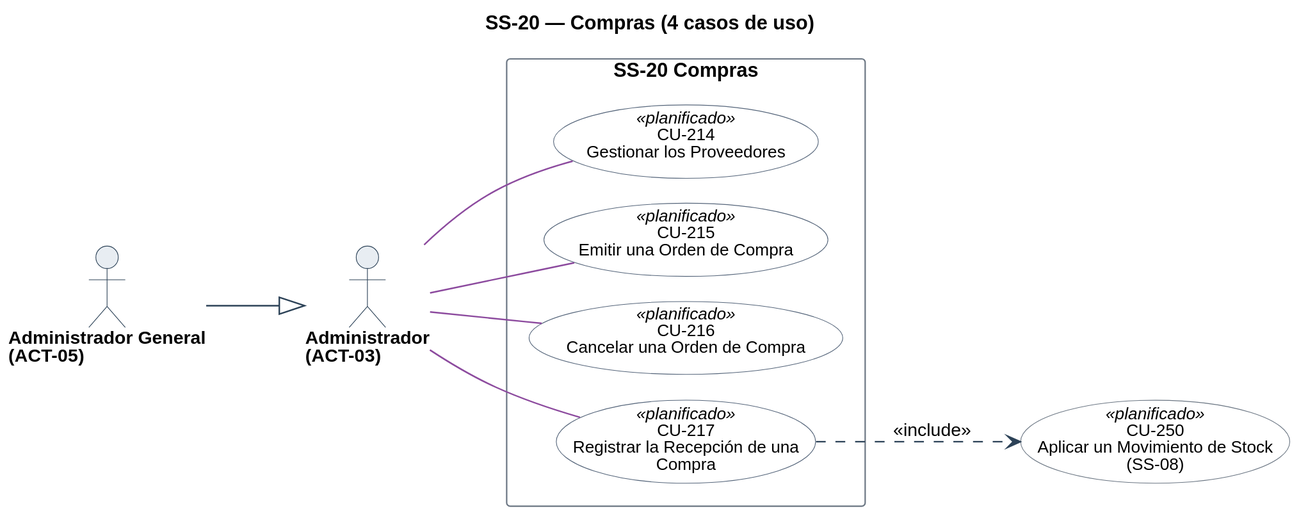
The PlantUML diagram diagramas/uml/CU_SS-20_Compras.svg in Nahuelito-Dev/splg-docs, before a commit.
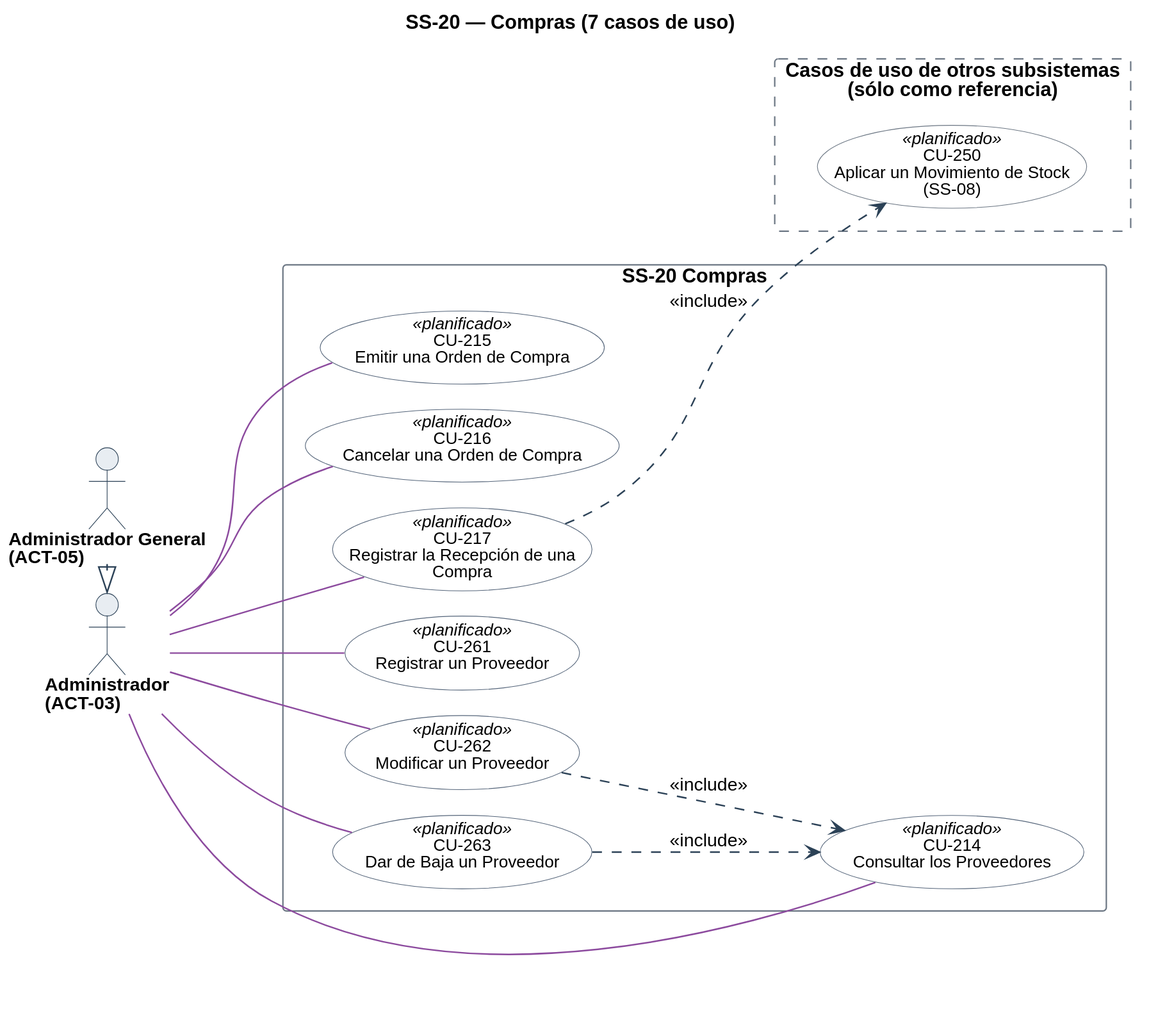
The same file after the commit.

Change to the diagram source:
```diff
@@ -1,5 +1,5 @@
 @startuml
-title SS-20 — Compras (4 casos de uso)
+title SS-20 — Compras (7 casos de uso)
 left to right direction
 skinparam backgroundColor #FFFFFF
 skinparam shadowing false
@@ -38,19 +38,29 @@
 actor "Administrador General\n(ACT-05)" as A05
 
 rectangle "SS-20 Compras" {
-  usecase "CU-214\nGestionar los Proveedores" as U214 <<planificado>> #back:FFFFFF;line:55657A
+  usecase "CU-214\nConsultar los Proveedores" as U214 <<planificado>> #back:FFFFFF;line:55657A
   usecase "CU-215\nEmitir una Orden de Compra" as U215 <<planificado>> #back:FFFFFF;line:55657A
   usecase "CU-216\nCancelar una Orden de Compra" as U216 <<planificado>> #back:FFFFFF;line:55657A
   usecase "CU-217\nRegistrar la Recepción de una\nCompra" as U217 <<planificado>> #back:FFFFFF;line:55657A
+  usecase "CU-261\nRegistrar un Proveedor" as U261 <<planificado>> #back:FFFFFF;line:55657A
+  usecase "CU-262\nModificar un Proveedor" as U262 <<planificado>> #back:FFFFFF;line:55657A
+  usecase "CU-263\nDar de Baja un Proveedor" as U263 <<planificado>> #back:FFFFFF;line:55657A
 }
 
-usecase "CU-250\nAplicar un Movimiento de Stock\n(SS-08)" as U250 <<planificado>> #back:FFFFFF;line:6B7683
+rectangle "Casos de uso de otros subsistemas\n(sólo como referencia)" as OTROS #back:FFFFFF;line:6B7683;line.dashed {
+  usecase "CU-250\nAplicar un Movimiento de Stock\n(SS-08)" as U250 <<planificado>> #back:FFFFFF;line:6B7683
+}
 
 A03 -[#8C4A9E]- U214
 A03 -[#8C4A9E]- U215
 A03 -[#8C4A9E]- U216
 A03 -[#8C4A9E]- U217
-A05 --|> A03
+A03 -[#8C4A9E]- U261
+A03 -[#8C4A9E]- U262
+A03 -[#8C4A9E]- U263
+A05 -right-|> A03
 
+U262 ..> U214 : <<include>>
+U263 ..> U214 : <<include>>
 U217 ..> U250 : <<include>>
 @enduml
```
